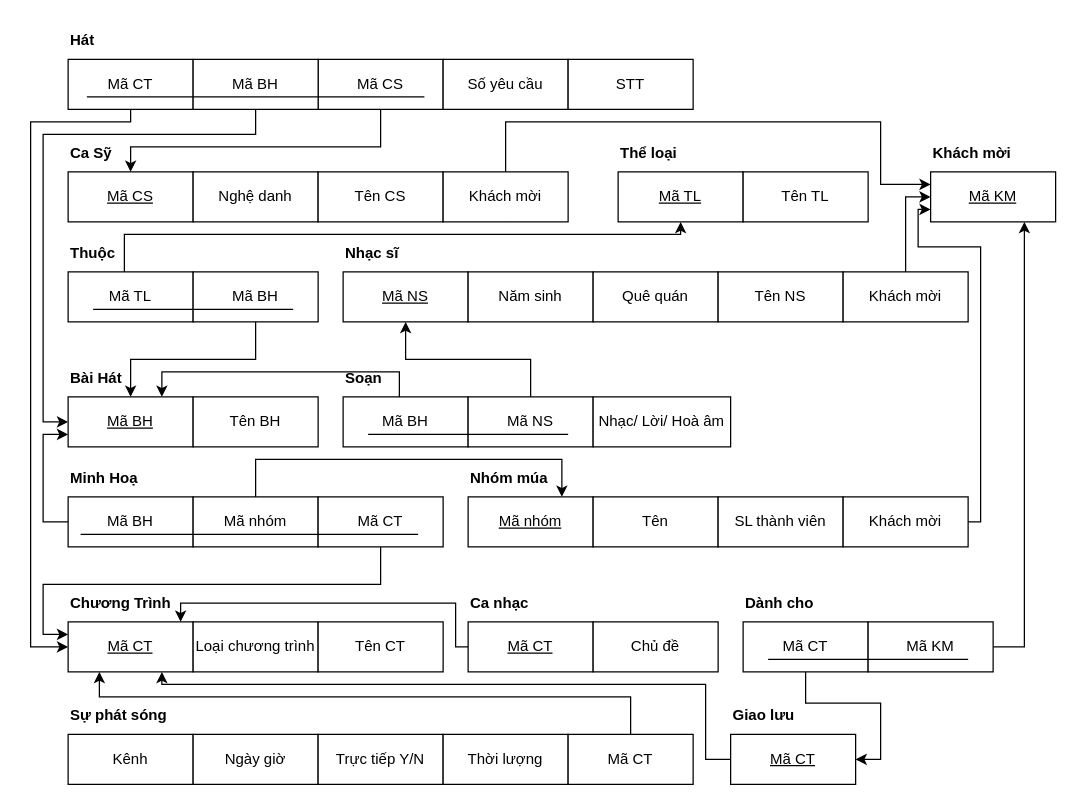
This is page "Page-4" (4 of 5) of lab3.drawio from quangmnh/drawio, a draw.io file, before an edit. Source tidied: cells renumbered, new cells numbered last; positions are measured from the earlier drawing's top-left corner, leaving out a move shared by most shapes. Both pictures are drawn from the tidied source at 125%, with x=0, y=0 at pixel (30, 21).
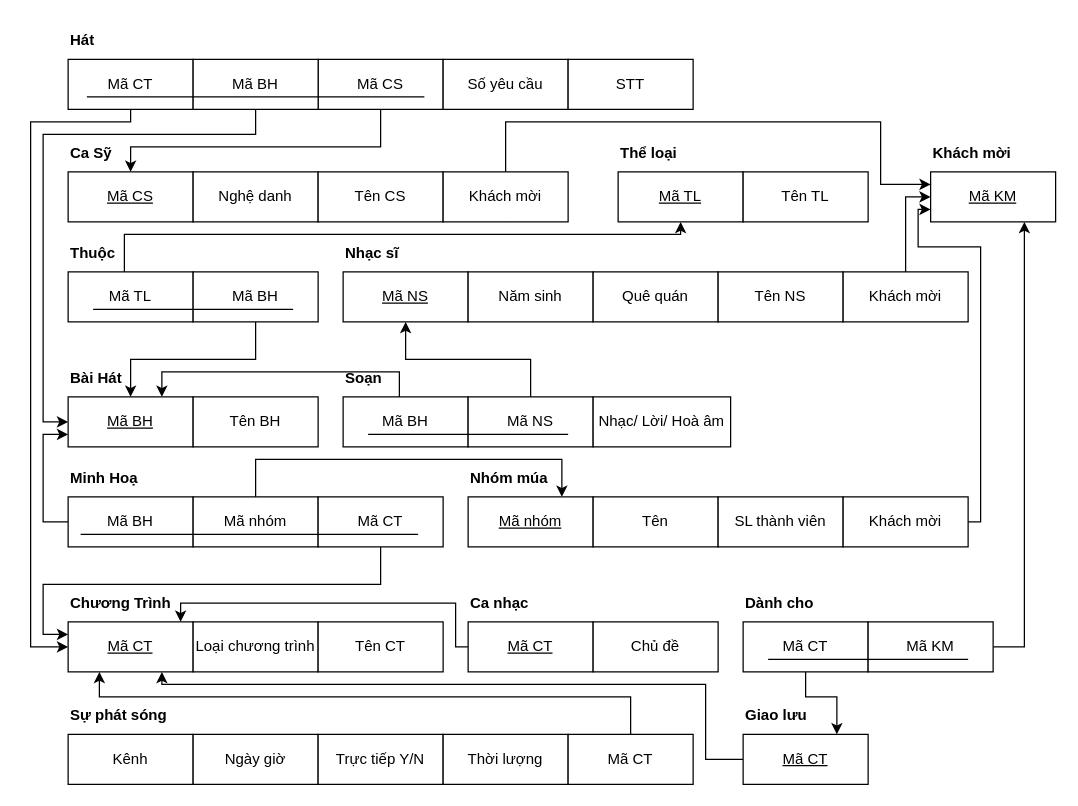
The same diagram, later.

The change refers to these unchanged cells:
```xml
<mxCell id="79" value="Mã CT" style="whiteSpace=wrap;html=1;align=center;" parent="1" vertex="1">
  <mxGeometry x="570" y="480" width="100" height="40" as="geometry" />
</mxCell>
```

Diff of the diagram source:
```diff
@@
     <mxCell id="23" value="&lt;u&gt;Mã CT&lt;/u&gt;" style="whiteSpace=wrap;html=1;align=center;" parent="1" vertex="1">
-      <mxGeometry x="560" y="570" width="100" height="40" as="geometry" />
+      <mxGeometry x="570" y="570" width="100" height="40" as="geometry" />
     </mxCell>
     <mxCell id="24" value="&lt;b&gt;Giao lưu&lt;/b&gt;" style="text;html=1;strokeColor=none;fillColor=none;align=left;verticalAlign=middle;whiteSpace=wrap;rounded=0;" parent="1" vertex="1">
-      <mxGeometry x="560" y="540" width="90" height="30" as="geometry" />
+      <mxGeometry x="570" y="540" width="90" height="30" as="geometry" />
     </mxCell>
@@
-    <mxCell id="78" style="edgeStyle=orthogonalEdgeStyle;rounded=0;jettySize=auto;html=1;exitX=0.5;exitY=1;exitDx=0;exitDy=0;entryX=1;entryY=0.5;entryDx=0;entryDy=0;" parent="1" edge="1" source="79" target="23">
-      <mxGeometry relative="1" as="geometry" />
+    <mxCell id="78" style="edgeStyle=orthogonalEdgeStyle;rounded=0;jettySize=auto;html=1;exitX=0.5;exitY=1;exitDx=0;exitDy=0;entryX=0.75;entryY=0;entryDx=0;entryDy=0;" parent="1" edge="1" source="79" target="23">
+      <mxGeometry relative="1" as="geometry">
+        <Array as="points">
+          <mxPoint x="620" y="540" />
+          <mxPoint x="645" y="540" />
+        </Array>
+      </mxGeometry>
     </mxCell>
```
